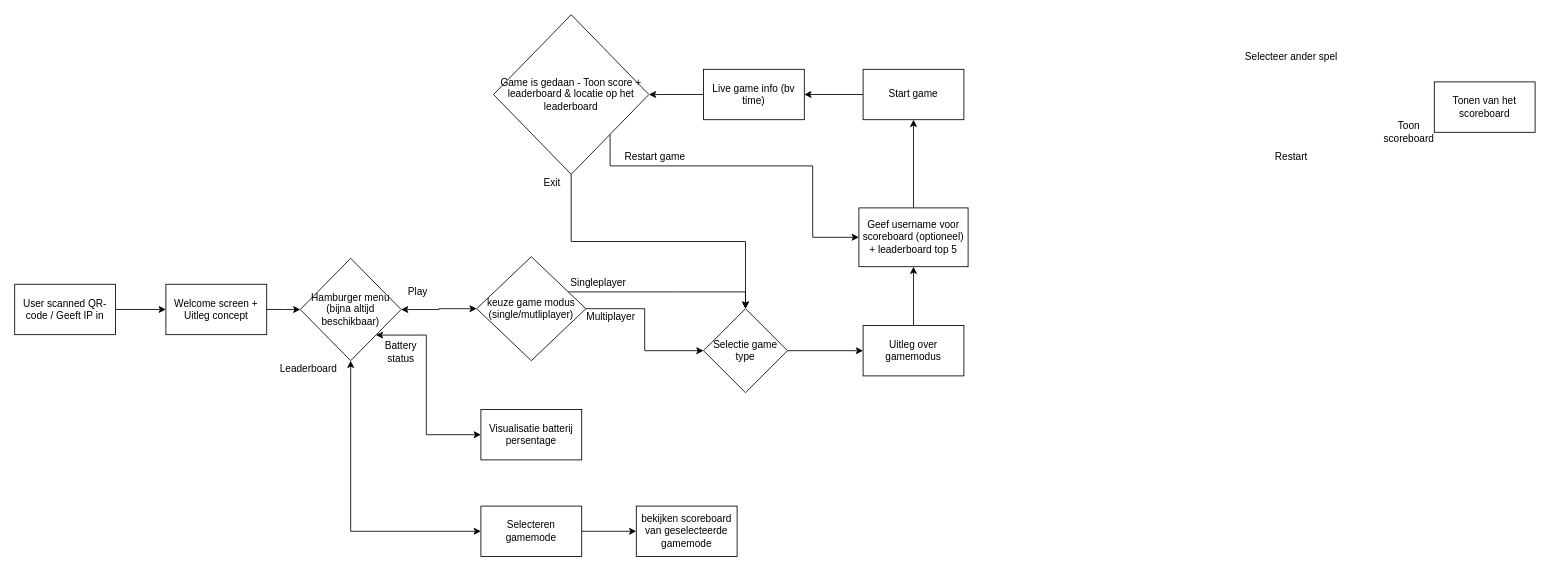
WoutDemeyere/Team-Project-TiktEm keeps this draw.io diagram as documentatie/flows.drawio. Above is the earlier version. Source tidied: cells renumbered, new cells numbered last; positions are measured from the earlier drawing's top-left corner, leaving out a move shared by most shapes. Both pictures are drawn from the tidied source at 84%, with x=0, y=0 at pixel (14, 14).
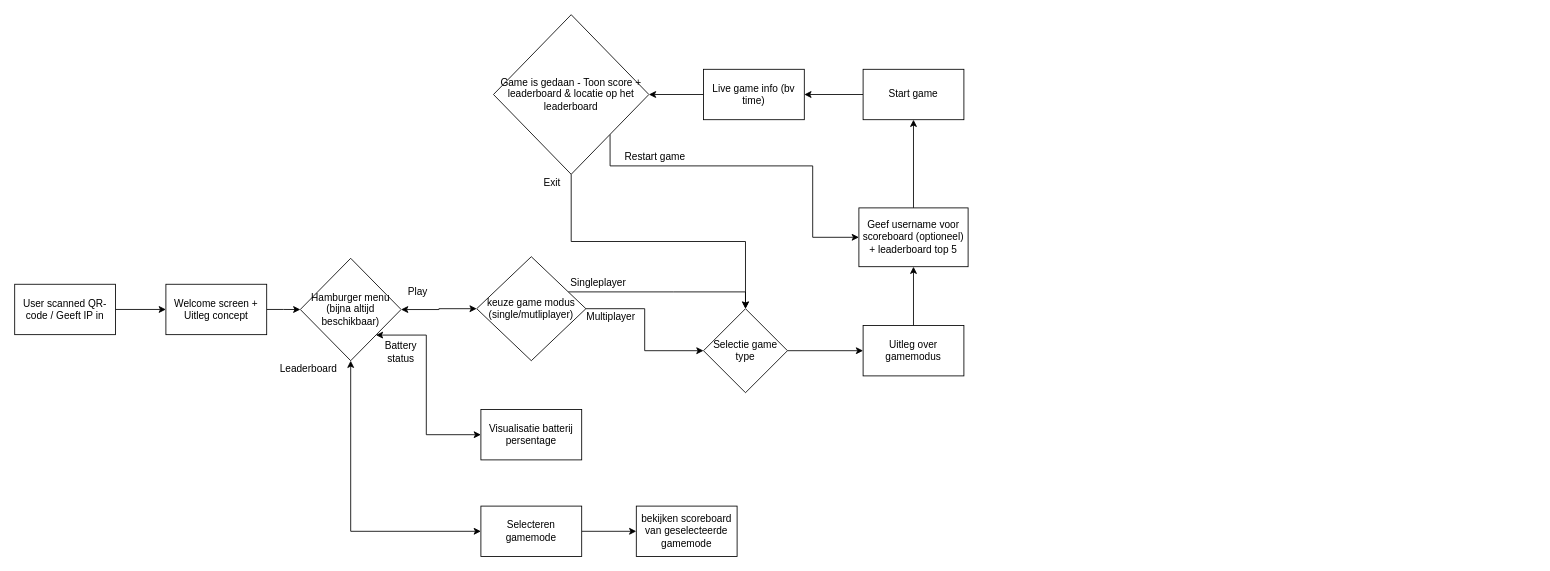
Above is the later version.

The edit, as a diff of the source:
```diff
@@
-    <mxCell id="14" value="Tonen van het scoreboard" style="rounded=0;whiteSpace=wrap;html=1;" parent="1" vertex="1">
-      <mxGeometry x="1690" y="80" width="120" height="60" as="geometry" />
-    </mxCell>
@@
-    <mxCell id="21" value="Toon scoreboard" style="text;html=1;strokeColor=none;fillColor=none;align=center;verticalAlign=middle;whiteSpace=wrap;rounded=0;" parent="1" vertex="1">
-      <mxGeometry x="1640" y="130" width="40" height="20" as="geometry" />
-    </mxCell>
-    <mxCell id="22" value="Restart" style="text;html=1;strokeColor=none;fillColor=none;align=center;verticalAlign=middle;whiteSpace=wrap;rounded=0;" parent="1" vertex="1">
-      <mxGeometry x="1500" y="160" width="40" height="20" as="geometry" />
-    </mxCell>
-    <mxCell id="23" value="Selecteer ander spel" style="text;html=1;strokeColor=none;fillColor=none;align=center;verticalAlign=middle;whiteSpace=wrap;rounded=0;" parent="1" vertex="1">
-      <mxGeometry x="1455" y="40" width="130" height="20" as="geometry" />
-    </mxCell>
```
